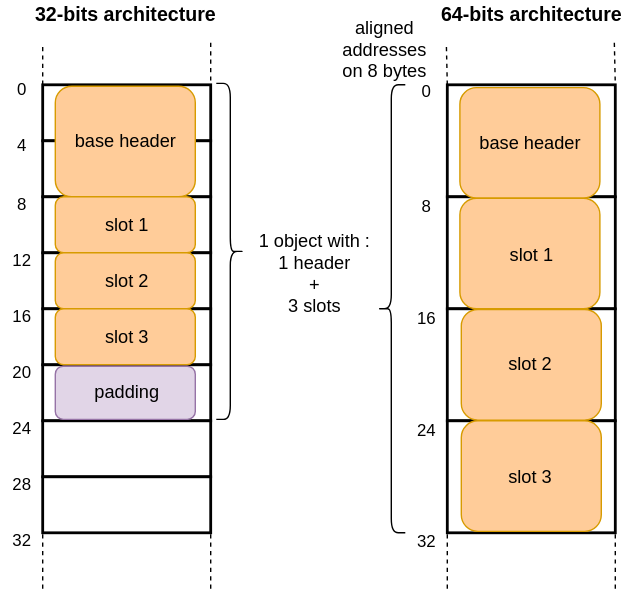
Above: Chapters/ObjectStructure/figures/objectLayout.svg in SquareBracketAssociates/Booklet-PharoVirtualMachine (draw.io), before the change. Source tidied: cells renumbered, new cells last; positions are measured from the earlier drawing's top-left corner, leaving out a move shared by most shapes.
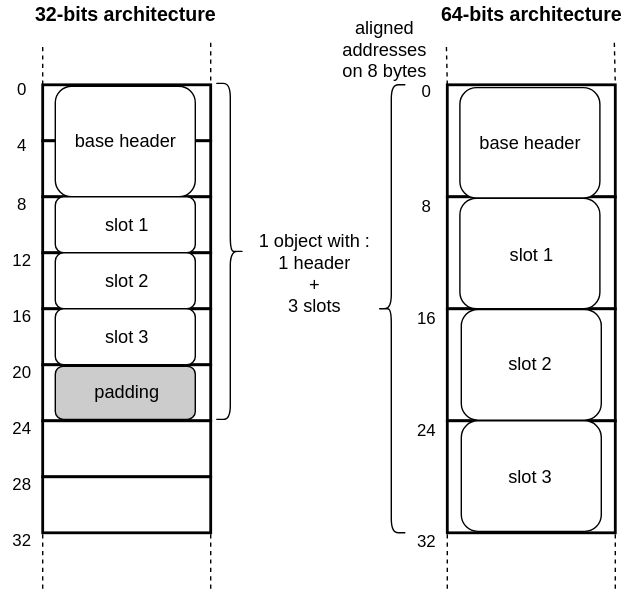
The same diagram one commit later.

Commit message:
pass object layout fig + TODOs on forwarder and extra header

Change to the diagram source:
```diff
@@ -131,52 +131,52 @@
     <mxCell id="38" value="32" style="text;html=1;align=center;verticalAlign=middle;" parent="1" vertex="1">
       <mxGeometry x="289" y="377" width="30" height="20" as="geometry" />
     </mxCell>
-    <mxCell id="39" style="rounded=1;whiteSpace=wrap;html=1;strokeWidth=1;fontSize=13;fillColor=#FFCC99;strokeColor=#d79b00;" parent="1" vertex="1">
+    <mxCell id="39" style="rounded=1;whiteSpace=wrap;html=1;strokeWidth=1;fontSize=13;" parent="1" vertex="1">
       <mxGeometry x="39" y="61" width="100" height="79" as="geometry" />
     </mxCell>
     <mxCell id="40" value="base header" style="text;html=1;align=center;verticalAlign=middle;fontSize=13;" parent="1" vertex="1">
       <mxGeometry x="44" y="90" width="90" height="20" as="geometry" />
     </mxCell>
-    <mxCell id="41" style="rounded=1;whiteSpace=wrap;html=1;strokeWidth=1;fontSize=13;fillColor=#FFCC99;strokeColor=#d79b00;" parent="1" vertex="1">
+    <mxCell id="41" style="rounded=1;whiteSpace=wrap;html=1;strokeWidth=1;fontSize=13;" parent="1" vertex="1">
       <mxGeometry x="39" y="140" width="100" height="40" as="geometry" />
     </mxCell>
     <mxCell id="42" value="slot 1" style="text;html=1;align=center;verticalAlign=middle;fontSize=13;" parent="1" vertex="1">
       <mxGeometry x="65" y="150" width="50" height="20" as="geometry" />
     </mxCell>
-    <mxCell id="43" style="rounded=1;whiteSpace=wrap;html=1;strokeWidth=1;fontSize=13;fillColor=#FFCC99;strokeColor=#d79b00;" parent="1" vertex="1">
+    <mxCell id="43" style="rounded=1;whiteSpace=wrap;html=1;strokeWidth=1;fontSize=13;" parent="1" vertex="1">
       <mxGeometry x="39" y="180" width="100" height="40" as="geometry" />
     </mxCell>
     <mxCell id="44" value="slot 2" style="text;html=1;align=center;verticalAlign=middle;fontSize=13;" parent="1" vertex="1">
       <mxGeometry x="65" y="190" width="50" height="20" as="geometry" />
     </mxCell>
-    <mxCell id="45" style="rounded=1;whiteSpace=wrap;html=1;strokeWidth=1;fontSize=13;fillColor=#FFCC99;strokeColor=#d79b00;" parent="1" vertex="1">
+    <mxCell id="45" style="rounded=1;whiteSpace=wrap;html=1;strokeWidth=1;fontSize=13;" parent="1" vertex="1">
       <mxGeometry x="39" y="220" width="100" height="40" as="geometry" />
     </mxCell>
     <mxCell id="46" value="slot 3" style="text;html=1;align=center;verticalAlign=middle;fontSize=13;" parent="1" vertex="1">
       <mxGeometry x="65" y="230" width="50" height="20" as="geometry" />
     </mxCell>
-    <mxCell id="47" style="rounded=1;whiteSpace=wrap;html=1;strokeWidth=1;fontSize=13;fillColor=#e1d5e7;strokeColor=#9673a6;" parent="1" vertex="1">
+    <mxCell id="47" style="rounded=1;whiteSpace=wrap;html=1;strokeWidth=1;fontSize=13;fillColor=#CCCCCC;strokeColor=#000000;fontColor=#333333;" parent="1" vertex="1">
       <mxGeometry x="39" y="261" width="100" height="38" as="geometry" />
     </mxCell>
     <mxCell id="48" value="padding" style="text;html=1;align=center;verticalAlign=middle;fontSize=13;" parent="1" vertex="1">
       <mxGeometry x="60" y="269" width="60" height="20" as="geometry" />
     </mxCell>
-    <mxCell id="49" style="rounded=1;whiteSpace=wrap;html=1;strokeWidth=1;fontSize=13;fillColor=#FFCC99;strokeColor=#d79b00;" parent="1" vertex="1">
+    <mxCell id="49" style="rounded=1;whiteSpace=wrap;html=1;strokeWidth=1;fontSize=13;" parent="1" vertex="1">
       <mxGeometry x="328" y="62" width="100" height="79" as="geometry" />
     </mxCell>
     <mxCell id="50" value="base header" style="text;html=1;align=center;verticalAlign=middle;fontSize=13;" parent="1" vertex="1">
       <mxGeometry x="333" y="91" width="90" height="20" as="geometry" />
     </mxCell>
-    <mxCell id="51" style="rounded=1;whiteSpace=wrap;html=1;strokeWidth=1;fontSize=13;fillColor=#FFCC99;strokeColor=#d79b00;" parent="1" vertex="1">
+    <mxCell id="51" style="rounded=1;whiteSpace=wrap;html=1;strokeWidth=1;fontSize=13;" parent="1" vertex="1">
       <mxGeometry x="328" y="141" width="100" height="79" as="geometry" />
     </mxCell>
     <mxCell id="52" value="slot 1" style="text;html=1;align=center;verticalAlign=middle;fontSize=13;" parent="1" vertex="1">
       <mxGeometry x="354" y="171" width="50" height="20" as="geometry" />
     </mxCell>
-    <mxCell id="53" style="rounded=1;whiteSpace=wrap;html=1;strokeWidth=1;fontSize=13;fillColor=#FFCC99;strokeColor=#d79b00;" parent="1" vertex="1">
+    <mxCell id="53" style="rounded=1;whiteSpace=wrap;html=1;strokeWidth=1;fontSize=13;" parent="1" vertex="1">
       <mxGeometry x="329" y="220.5" width="100" height="79" as="geometry" />
     </mxCell>
-    <mxCell id="54" style="rounded=1;whiteSpace=wrap;html=1;strokeWidth=1;fontSize=13;fillColor=#FFCC99;strokeColor=#d79b00;" parent="1" vertex="1">
+    <mxCell id="54" style="rounded=1;whiteSpace=wrap;html=1;strokeWidth=1;fontSize=13;" parent="1" vertex="1">
       <mxGeometry x="329" y="300" width="100" height="79" as="geometry" />
     </mxCell>
     <mxCell id="55" value="slot 2" style="text;html=1;align=center;verticalAlign=middle;fontSize=13;" parent="1" vertex="1">
```
